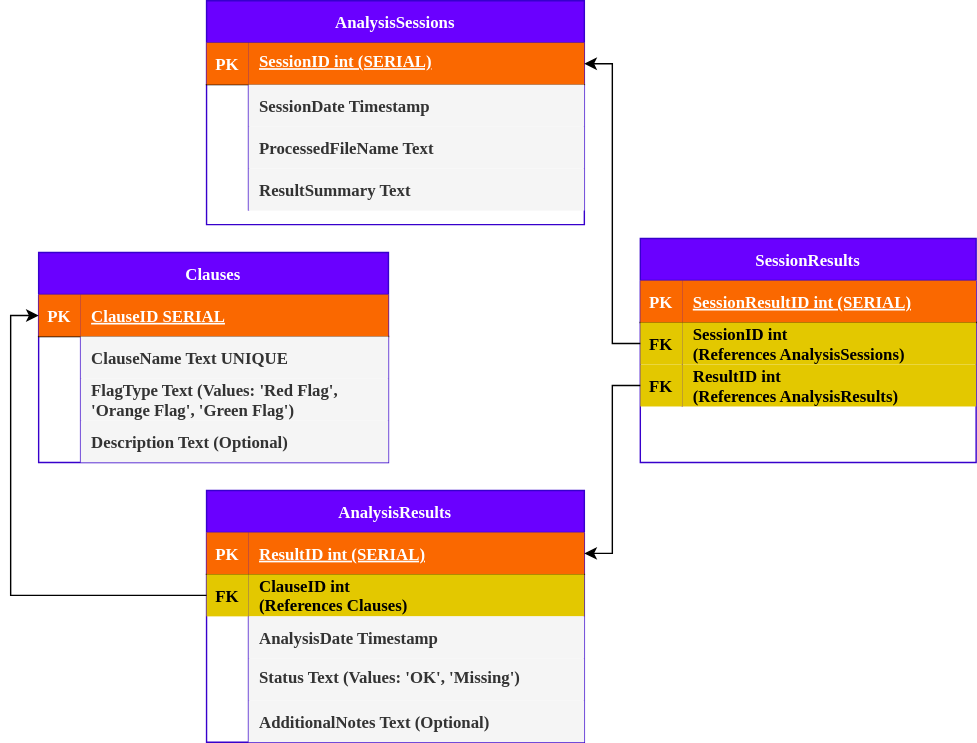
Before: Frontend/public/Datenbankschema.svg, a diagram exported from draw.io (AyhamJo7/ContractGuardian). Source tidied: cells renumbered, new cells last; positions are measured from the earlier drawing's top-left corner, leaving out a move shared by most shapes.
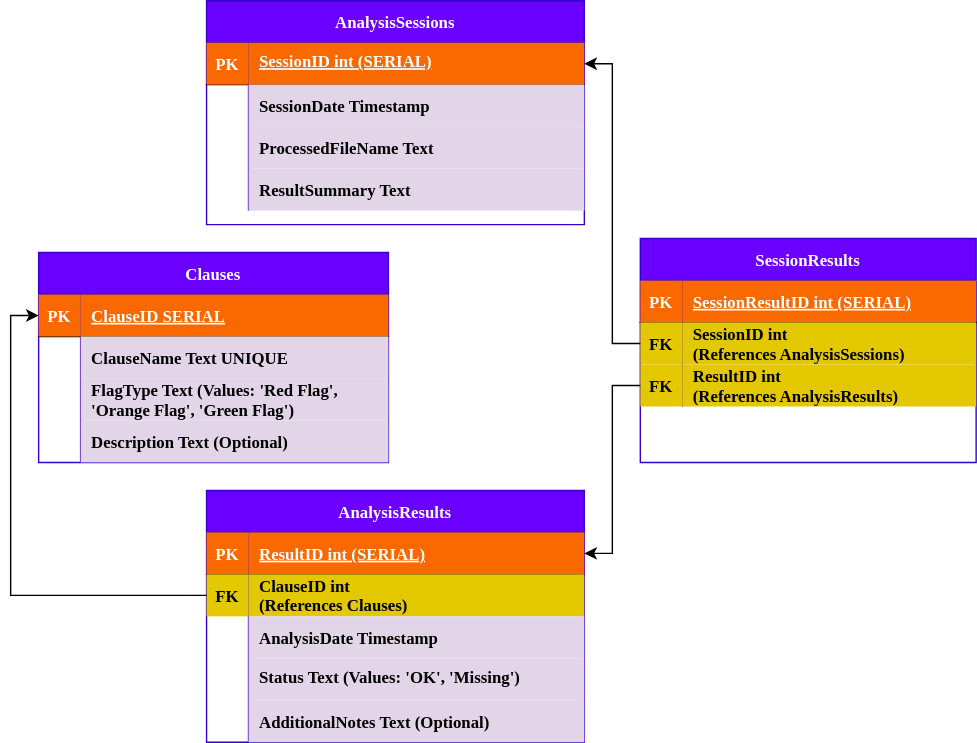
Above is the later version.

What changed in the source:
```diff
@@ -20,7 +20,7 @@
     <mxCell id="7" style="shape=partialRectangle;overflow=hidden;fillColor=none;top=0;left=0;bottom=0;right=0;fontFamily=Comic Sans MS;" parent="6" vertex="1">
       <mxGeometry width="30" height="30" as="geometry" />
     </mxCell>
-    <mxCell id="8" value="   SessionDate Timestamp" style="shape=partialRectangle;overflow=hidden;fillColor=#f5f5f5;top=0;left=0;bottom=0;right=0;align=left;spacingLeft=6;fontFamily=Comic Sans MS;fontStyle=1;fontColor=#333333;strokeColor=#666666;" parent="6" vertex="1">
+    <mxCell id="8" value="   SessionDate Timestamp" style="shape=partialRectangle;overflow=hidden;fillColor=#e1d5e7;top=0;left=0;bottom=0;right=0;align=left;spacingLeft=6;fontFamily=Comic Sans MS;fontStyle=1;strokeColor=#9673a6;" parent="6" vertex="1">
       <mxGeometry x="30" width="240" height="30" as="geometry" />
     </mxCell>
     <mxCell id="9" style="shape=partialRectangle;fillColor=none;top=0;left=0;right=0;bottom=0;fontFamily=Comic Sans MS;" parent="2" vertex="1">
@@ -29,7 +29,7 @@
     <mxCell id="10" style="shape=partialRectangle;overflow=hidden;fillColor=none;top=0;left=0;bottom=0;right=0;fontFamily=Comic Sans MS;" parent="9" vertex="1">
       <mxGeometry width="30" height="30" as="geometry" />
     </mxCell>
-    <mxCell id="11" value="   ProcessedFileName Text" style="shape=partialRectangle;overflow=hidden;fillColor=#f5f5f5;top=0;left=0;bottom=0;right=0;align=left;spacingLeft=6;fontFamily=Comic Sans MS;fontStyle=1;fontColor=#333333;strokeColor=#666666;" parent="9" vertex="1">
+    <mxCell id="11" value="   ProcessedFileName Text" style="shape=partialRectangle;overflow=hidden;fillColor=#e1d5e7;top=0;left=0;bottom=0;right=0;align=left;spacingLeft=6;fontFamily=Comic Sans MS;fontStyle=1;strokeColor=#9673a6;" parent="9" vertex="1">
       <mxGeometry x="30" width="240" height="30" as="geometry" />
     </mxCell>
     <mxCell id="12" style="shape=tableRow;horizontal=0;startSize=0;swimlaneHead=0;swimlaneBody=0;fillColor=none;top=0;left=0;right=0;bottom=0;fontFamily=Comic Sans MS;" parent="2" vertex="1">
@@ -38,7 +38,7 @@
     <mxCell id="13" style="shape=partialRectangle;fillColor=none;top=0;left=0;bottom=0;right=0;overflow=hidden;fontFamily=Comic Sans MS;" parent="12" vertex="1">
       <mxGeometry width="30" height="30" as="geometry" />
     </mxCell>
-    <mxCell id="14" value="ResultSummary Text" style="shape=partialRectangle;fillColor=#f5f5f5;top=0;left=0;bottom=0;right=0;align=left;spacingLeft=6;overflow=hidden;fontFamily=Comic Sans MS;fontStyle=1;fontColor=#333333;strokeColor=#666666;" parent="12" vertex="1">
+    <mxCell id="14" value="ResultSummary Text" style="shape=partialRectangle;fillColor=#e1d5e7;top=0;left=0;bottom=0;right=0;align=left;spacingLeft=6;overflow=hidden;fontFamily=Comic Sans MS;fontStyle=1;strokeColor=#9673a6;" parent="12" vertex="1">
       <mxGeometry x="30" width="240" height="30" as="geometry" />
     </mxCell>
     <mxCell id="15" value="AnalysisResults" style="shape=table;startSize=30;rowLines=0;fontStyle=1;align=center;fillColor=#6a00ff;fontColor=#ffffff;strokeColor=#3700CC;fontFamily=Comic Sans MS;" parent="1" vertex="1">
@@ -68,7 +68,7 @@
     <mxCell id="23" style="shape=partialRectangle;overflow=hidden;fillColor=none;top=0;left=0;bottom=0;right=0;fontFamily=Comic Sans MS;" parent="22" vertex="1">
       <mxGeometry width="30" height="30" as="geometry" />
     </mxCell>
-    <mxCell id="24" value="AnalysisDate Timestamp" style="shape=partialRectangle;overflow=hidden;fillColor=#f5f5f5;top=0;left=0;bottom=0;right=0;align=left;spacingLeft=6;fontFamily=Comic Sans MS;fontStyle=1;fontColor=#333333;strokeColor=#666666;" parent="22" vertex="1">
+    <mxCell id="24" value="AnalysisDate Timestamp" style="shape=partialRectangle;overflow=hidden;fillColor=#e1d5e7;top=0;left=0;bottom=0;right=0;align=left;spacingLeft=6;fontFamily=Comic Sans MS;fontStyle=1;strokeColor=#9673a6;" parent="22" vertex="1">
       <mxGeometry x="30" width="240" height="30" as="geometry" />
     </mxCell>
     <mxCell id="25" style="shape=tableRow;horizontal=0;startSize=0;swimlaneHead=0;swimlaneBody=0;fillColor=none;top=0;left=0;right=0;bottom=0;fontFamily=Comic Sans MS;" parent="15" vertex="1">
@@ -77,7 +77,7 @@
     <mxCell id="26" style="shape=partialRectangle;fillColor=none;top=0;left=0;bottom=0;right=0;overflow=hidden;fontFamily=Comic Sans MS;" parent="25" vertex="1">
       <mxGeometry width="30" height="30" as="geometry" />
     </mxCell>
-    <mxCell id="27" value="Status Text (Values: 'OK', 'Missing')" style="shape=partialRectangle;fillColor=#f5f5f5;top=0;left=0;bottom=0;right=0;align=left;spacingLeft=6;overflow=hidden;verticalAlign=top;fontFamily=Comic Sans MS;fontStyle=1;fontColor=#333333;strokeColor=#666666;" parent="25" vertex="1">
+    <mxCell id="27" value="Status Text (Values: 'OK', 'Missing')" style="shape=partialRectangle;fillColor=#e1d5e7;top=0;left=0;bottom=0;right=0;align=left;spacingLeft=6;overflow=hidden;verticalAlign=top;fontFamily=Comic Sans MS;fontStyle=1;strokeColor=#9673a6;" parent="25" vertex="1">
       <mxGeometry x="30" width="240" height="30" as="geometry" />
     </mxCell>
     <mxCell id="28" style="shape=tableRow;horizontal=0;startSize=0;swimlaneHead=0;swimlaneBody=0;fillColor=none;top=0;left=0;right=0;bottom=0;fontFamily=Comic Sans MS;" parent="15" vertex="1">
@@ -86,7 +86,7 @@
     <mxCell id="29" style="shape=partialRectangle;fillColor=none;top=0;left=0;bottom=0;right=0;overflow=hidden;fontFamily=Comic Sans MS;" parent="28" vertex="1">
       <mxGeometry width="30" height="30" as="geometry" />
     </mxCell>
-    <mxCell id="30" value=" AdditionalNotes Text (Optional)" style="shape=partialRectangle;fillColor=#f5f5f5;top=0;left=0;bottom=0;right=0;align=left;spacingLeft=6;overflow=hidden;fontFamily=Comic Sans MS;fontStyle=1;fontColor=#333333;strokeColor=#666666;" parent="28" vertex="1">
+    <mxCell id="30" value=" AdditionalNotes Text (Optional)" style="shape=partialRectangle;fillColor=#e1d5e7;top=0;left=0;bottom=0;right=0;align=left;spacingLeft=6;overflow=hidden;fontFamily=Comic Sans MS;fontStyle=1;strokeColor=#9673a6;" parent="28" vertex="1">
       <mxGeometry x="30" width="240" height="30" as="geometry" />
     </mxCell>
     <mxCell id="31" value="SessionResults" style="shape=table;startSize=30;rowLines=0;fontStyle=1;align=center;fillColor=#6a00ff;fontColor=#ffffff;strokeColor=#3700CC;fontFamily=Comic Sans MS;" parent="1" vertex="1">
@@ -137,7 +137,7 @@
     <mxCell id="46" style="shape=partialRectangle;overflow=hidden;fillColor=none;top=0;left=0;bottom=0;right=0;fontFamily=Comic Sans MS;" parent="45" vertex="1">
       <mxGeometry width="30" height="30" as="geometry" />
     </mxCell>
-    <mxCell id="47" value="   ClauseName Text UNIQUE" style="shape=partialRectangle;overflow=hidden;fillColor=#f5f5f5;top=0;left=0;bottom=0;right=0;align=left;spacingLeft=6;fontFamily=Comic Sans MS;fontStyle=1;fontColor=#333333;strokeColor=#666666;" parent="45" vertex="1">
+    <mxCell id="47" value="   ClauseName Text UNIQUE" style="shape=partialRectangle;overflow=hidden;fillColor=#e1d5e7;top=0;left=0;bottom=0;right=0;align=left;spacingLeft=6;fontFamily=Comic Sans MS;fontStyle=1;strokeColor=#9673a6;" parent="45" vertex="1">
       <mxGeometry x="30" width="220" height="30" as="geometry" />
     </mxCell>
     <mxCell id="48" style="shape=partialRectangle;fillColor=none;top=0;left=0;right=0;bottom=0;fontFamily=Comic Sans MS;" parent="41" vertex="1">
@@ -146,7 +146,7 @@
     <mxCell id="49" style="shape=partialRectangle;overflow=hidden;fillColor=none;top=0;left=0;bottom=0;right=0;fontFamily=Comic Sans MS;" parent="48" vertex="1">
       <mxGeometry width="30" height="30" as="geometry" />
     </mxCell>
-    <mxCell id="50" value="   FlagType Text (Values: 'Red Flag', &#10;'Orange Flag', 'Green Flag')" style="shape=partialRectangle;overflow=hidden;fillColor=#f5f5f5;top=0;left=0;bottom=0;right=0;align=left;spacingLeft=6;fontFamily=Comic Sans MS;fontStyle=1;fontColor=#333333;strokeColor=#666666;" parent="48" vertex="1">
+    <mxCell id="50" value="   FlagType Text (Values: 'Red Flag', &#10;'Orange Flag', 'Green Flag')" style="shape=partialRectangle;overflow=hidden;fillColor=#e1d5e7;top=0;left=0;bottom=0;right=0;align=left;spacingLeft=6;fontFamily=Comic Sans MS;fontStyle=1;strokeColor=#9673a6;" parent="48" vertex="1">
       <mxGeometry x="30" width="220" height="30" as="geometry" />
     </mxCell>
     <mxCell id="51" style="shape=tableRow;horizontal=0;startSize=0;swimlaneHead=0;swimlaneBody=0;fillColor=none;top=0;left=0;right=0;bottom=0;fontFamily=Comic Sans MS;" parent="41" vertex="1">
@@ -155,7 +155,7 @@
     <mxCell id="52" style="shape=partialRectangle;fillColor=none;top=0;left=0;bottom=0;right=0;overflow=hidden;fontFamily=Comic Sans MS;" parent="51" vertex="1">
       <mxGeometry width="30" height="30" as="geometry" />
     </mxCell>
-    <mxCell id="53" value="Description Text (Optional)" style="shape=partialRectangle;fillColor=#f5f5f5;top=0;left=0;bottom=0;right=0;align=left;spacingLeft=6;overflow=hidden;fontFamily=Comic Sans MS;fontStyle=1;fontColor=#333333;strokeColor=#666666;" parent="51" vertex="1">
+    <mxCell id="53" value="Description Text (Optional)" style="shape=partialRectangle;fillColor=#e1d5e7;top=0;left=0;bottom=0;right=0;align=left;spacingLeft=6;overflow=hidden;fontFamily=Comic Sans MS;fontStyle=1;strokeColor=#9673a6;" parent="51" vertex="1">
       <mxGeometry x="30" width="220" height="30" as="geometry" />
     </mxCell>
     <mxCell id="54" style="edgeStyle=orthogonalEdgeStyle;rounded=0;jettySize=auto;html=1;exitX=0;exitY=0.5;exitDx=0;exitDy=0;entryX=0;entryY=0.5;entryDx=0;entryDy=0;fontFamily=Comic Sans MS;" parent="1" edge="1" source="19" target="42">
```
